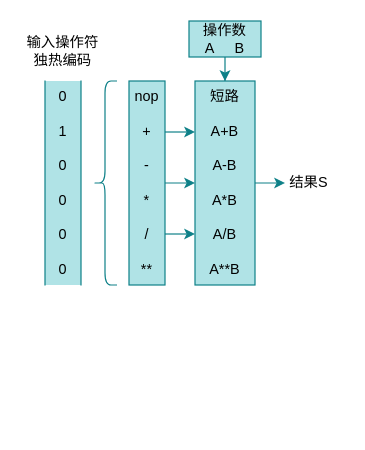
Earlier version of the draw.io diagram page "运算符解码" (7 of 14) of 未命名绘图.drawio (zzc-1024/alu.draw.io). Source tidied: cells renumbered, new cells numbered last; positions are measured from the earlier drawing's top-left corner, leaving out a move shared by most shapes. Both pictures are drawn from the tidied source at 120%, with x=0, y=0 at pixel (20, 20).
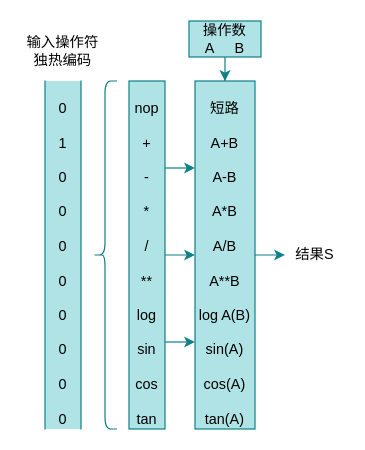
The same diagram, later.

Diff of the diagram source:
```diff
@@
 <mxGraphModel>
   <root>
     <mxCell id="0" />
     <mxCell id="1" parent="0" />
-    <mxCell id="2" style="edgeStyle=orthogonalEdgeStyle;rounded=0;jettySize=auto;html=1;fillColor=#b0e3e6;strokeColor=#0e8088;" parent="1" edge="1" source="10" target="6">
-      <mxGeometry relative="1" as="geometry" />
-    </mxCell>
-    <mxCell id="3" style="edgeStyle=orthogonalEdgeStyle;rounded=0;jettySize=auto;html=1;fillColor=#b0e3e6;strokeColor=#0e8088;" parent="1" edge="1" source="4" target="10">
-      <mxGeometry relative="1" as="geometry" />
-    </mxCell>
+    <mxCell id="5" value="输入操作符独热编码" style="text;html=1;align=center;verticalAlign=middle;whiteSpace=wrap;rounded=0;fillColor=none;" parent="1" vertex="1">
+      <mxGeometry y="10" width="70" height="30" as="geometry" />
+    </mxCell>
+    <mxCell id="14" style="edgeStyle=orthogonalEdgeStyle;rounded=0;jettySize=auto;html=1;fillColor=#b0e3e6;strokeColor=#0e8088;" parent="1" edge="1" source="19" target="6">
+      <mxGeometry relative="1" as="geometry" />
+    </mxCell>
+    <mxCell id="15" style="edgeStyle=orthogonalEdgeStyle;rounded=0;jettySize=auto;html=1;fillColor=#b0e3e6;strokeColor=#0e8088;" parent="1" edge="1" source="4" target="19">
+      <mxGeometry relative="1" as="geometry" />
+    </mxCell>
-    <mxCell id="4" value="操作数&lt;div&gt;A&amp;nbsp; &amp;nbsp; &amp;nbsp;B&lt;/div&gt;" style="text;html=1;align=center;verticalAlign=middle;whiteSpace=wrap;rounded=0;fillColor=#b0e3e6;strokeColor=#0e8088;" parent="1" vertex="1">
+    <mxCell id="4" value="操作数&lt;br&gt;&lt;div&gt;A&amp;nbsp; &amp;nbsp; &amp;nbsp;B&lt;/div&gt;" style="text;html=1;align=center;verticalAlign=middle;whiteSpace=wrap;rounded=0;fillColor=#b0e3e6;strokeColor=#0e8088;" parent="1" vertex="1">
       <mxGeometry x="140" width="60" height="30" as="geometry" />
     </mxCell>
-    <mxCell id="5" value="输入操作符独热编码" style="text;html=1;align=center;verticalAlign=middle;whiteSpace=wrap;rounded=0;fillColor=none;" parent="1" vertex="1">
-      <mxGeometry y="10" width="70" height="30" as="geometry" />
-    </mxCell>
     <mxCell id="6" value="结果S" style="text;html=1;align=center;verticalAlign=middle;whiteSpace=wrap;rounded=0;fillColor=none;" parent="1" vertex="1">
-      <mxGeometry x="220" y="120" width="40" height="30" as="geometry" />
+      <mxGeometry x="220" y="180" width="50" height="30" as="geometry" />
     </mxCell>
-    <mxCell id="7" style="shape=curlyBracket;whiteSpace=wrap;html=1;rounded=1;labelPosition=left;verticalLabelPosition=middle;align=right;verticalAlign=middle;fillColor=#b0e3e6;strokeColor=#0e8088;" parent="1" vertex="1">
-      <mxGeometry x="60" y="50" width="20" height="170" as="geometry" />
-    </mxCell>
-    <mxCell id="8" value="0&lt;div&gt;&lt;br&gt;&lt;div&gt;1&lt;/div&gt;&lt;div&gt;&lt;br&gt;&lt;/div&gt;&lt;div&gt;0&lt;/div&gt;&lt;div&gt;&lt;br&gt;&lt;/div&gt;&lt;div&gt;0&lt;/div&gt;&lt;div&gt;&lt;br&gt;&lt;/div&gt;&lt;div&gt;0&lt;/div&gt;&lt;div&gt;&lt;br&gt;&lt;/div&gt;&lt;div&gt;0&lt;/div&gt;&lt;/div&gt;" style="shape=partialRectangle;whiteSpace=wrap;html=1;bottom=0;top=0;fillColor=#b0e3e6;strokeColor=#0e8088;" parent="1" vertex="1">
-      <mxGeometry x="20" y="50" width="30" height="170" as="geometry" />
-    </mxCell>
-    <mxCell id="9" value="&lt;div&gt;nop&lt;/div&gt;&lt;div&gt;&lt;br&gt;&lt;/div&gt;+&lt;div&gt;&lt;br&gt;&lt;/div&gt;&lt;div&gt;-&lt;/div&gt;&lt;div&gt;&lt;br&gt;&lt;/div&gt;&lt;div&gt;*&lt;/div&gt;&lt;div&gt;&lt;br&gt;&lt;/div&gt;&lt;div&gt;/&lt;/div&gt;&lt;div&gt;&lt;br&gt;&lt;/div&gt;&lt;div&gt;**&lt;/div&gt;" style="text;html=1;align=center;verticalAlign=middle;whiteSpace=wrap;rounded=0;fillColor=#b0e3e6;strokeColor=#0e8088;" parent="1" vertex="1">
-      <mxGeometry x="90" y="50" width="30" height="170" as="geometry" />
-    </mxCell>
-    <mxCell id="10" value="&lt;div&gt;短路&lt;/div&gt;&lt;div&gt;&lt;br&gt;&lt;/div&gt;A+B&lt;div&gt;&lt;br&gt;&lt;/div&gt;&lt;div&gt;A-B&lt;/div&gt;&lt;div&gt;&lt;br&gt;&lt;/div&gt;&lt;div&gt;A*B&lt;/div&gt;&lt;div&gt;&lt;br&gt;&lt;/div&gt;&lt;div&gt;A/B&lt;/div&gt;&lt;div&gt;&lt;br&gt;&lt;/div&gt;&lt;div&gt;A**B&lt;/div&gt;" style="text;html=1;align=center;verticalAlign=middle;whiteSpace=wrap;rounded=0;fillColor=#b0e3e6;strokeColor=#0e8088;" parent="1" vertex="1">
-      <mxGeometry x="145" y="50" width="50" height="170" as="geometry" />
-    </mxCell>
-    <mxCell id="11" style="edgeStyle=orthogonalEdgeStyle;rounded=0;jettySize=auto;html=1;fillColor=#b0e3e6;strokeColor=#0e8088;" parent="1" edge="1" source="9" target="10">
-      <mxGeometry relative="1" as="geometry" />
-    </mxCell>
-    <mxCell id="12" style="edgeStyle=orthogonalEdgeStyle;rounded=0;jettySize=auto;html=1;exitX=1;exitY=0.25;exitDx=0;exitDy=0;entryX=0;entryY=0.25;entryDx=0;entryDy=0;fillColor=#b0e3e6;strokeColor=#0e8088;" parent="1" edge="1" source="9" target="10">
-      <mxGeometry relative="1" as="geometry" />
-    </mxCell>
-    <mxCell id="13" style="edgeStyle=orthogonalEdgeStyle;rounded=0;jettySize=auto;html=1;exitX=1;exitY=0.75;exitDx=0;exitDy=0;entryX=0;entryY=0.75;entryDx=0;entryDy=0;fillColor=#b0e3e6;strokeColor=#0e8088;" parent="1" edge="1" source="9" target="10">
-      <mxGeometry relative="1" as="geometry" />
-    </mxCell>
+    <mxCell id="16" style="shape=curlyBracket;whiteSpace=wrap;html=1;rounded=1;labelPosition=left;verticalLabelPosition=middle;align=right;verticalAlign=middle;fillColor=#b0e3e6;strokeColor=#0e8088;" parent="1" vertex="1">
+      <mxGeometry x="60" y="50" width="20" height="290" as="geometry" />
+    </mxCell>
+    <mxCell id="17" value="&lt;div&gt;&lt;br&gt;&lt;/div&gt;0&lt;div&gt;&lt;br&gt;&lt;div&gt;1&lt;/div&gt;&lt;div&gt;&lt;br&gt;&lt;/div&gt;&lt;div&gt;0&lt;/div&gt;&lt;div&gt;&lt;br&gt;&lt;/div&gt;&lt;div&gt;0&lt;/div&gt;&lt;div&gt;&lt;br&gt;&lt;/div&gt;&lt;div&gt;0&lt;/div&gt;&lt;div&gt;&lt;br&gt;&lt;/div&gt;&lt;div&gt;0&lt;/div&gt;&lt;/div&gt;&lt;div&gt;&lt;br&gt;&lt;/div&gt;&lt;div&gt;0&lt;/div&gt;&lt;div&gt;&lt;br&gt;&lt;/div&gt;&lt;div&gt;0&lt;/div&gt;&lt;div&gt;&lt;br&gt;&lt;/div&gt;&lt;div&gt;0&lt;/div&gt;&lt;div&gt;&lt;br&gt;&lt;/div&gt;&lt;div&gt;0&lt;/div&gt;" style="shape=partialRectangle;whiteSpace=wrap;html=1;bottom=0;top=0;fillColor=#b0e3e6;strokeColor=#0e8088;" parent="1" vertex="1">
+      <mxGeometry x="20" y="50" width="30" height="290" as="geometry" />
+    </mxCell>
+    <mxCell id="18" value="&lt;div&gt;&lt;br&gt;&lt;/div&gt;&lt;div&gt;nop&lt;/div&gt;&lt;div&gt;&lt;br&gt;&lt;/div&gt;+&lt;div&gt;&lt;br&gt;&lt;/div&gt;&lt;div&gt;-&lt;/div&gt;&lt;div&gt;&lt;br&gt;&lt;/div&gt;&lt;div&gt;*&lt;/div&gt;&lt;div&gt;&lt;br&gt;&lt;/div&gt;&lt;div&gt;/&lt;/div&gt;&lt;div&gt;&lt;br&gt;&lt;/div&gt;&lt;div&gt;**&lt;/div&gt;&lt;div&gt;&lt;br&gt;&lt;/div&gt;&lt;div&gt;log&lt;/div&gt;&lt;div&gt;&lt;br&gt;&lt;/div&gt;&lt;div&gt;sin&lt;/div&gt;&lt;div&gt;&lt;br&gt;&lt;/div&gt;&lt;div&gt;cos&lt;/div&gt;&lt;div&gt;&lt;br&gt;&lt;/div&gt;&lt;div&gt;tan&lt;/div&gt;" style="text;html=1;align=center;verticalAlign=middle;whiteSpace=wrap;rounded=0;fillColor=#b0e3e6;strokeColor=#0e8088;" parent="1" vertex="1">
+      <mxGeometry x="90" y="50" width="30" height="290" as="geometry" />
+    </mxCell>
+    <mxCell id="19" value="&lt;div&gt;&lt;br&gt;&lt;/div&gt;&lt;div&gt;短路&lt;/div&gt;&lt;div&gt;&lt;br&gt;&lt;/div&gt;A+B&lt;div&gt;&lt;br&gt;&lt;/div&gt;&lt;div&gt;A-B&lt;/div&gt;&lt;div&gt;&lt;br&gt;&lt;/div&gt;&lt;div&gt;A*B&lt;/div&gt;&lt;div&gt;&lt;br&gt;&lt;/div&gt;&lt;div&gt;A/B&lt;/div&gt;&lt;div&gt;&lt;br&gt;&lt;/div&gt;&lt;div&gt;A**B&lt;/div&gt;&lt;div&gt;&lt;br&gt;&lt;/div&gt;&lt;div&gt;log A(B)&lt;/div&gt;&lt;div&gt;&lt;br&gt;&lt;/div&gt;&lt;div&gt;sin(A)&lt;/div&gt;&lt;div&gt;&lt;br&gt;&lt;/div&gt;&lt;div&gt;cos(A)&lt;/div&gt;&lt;div&gt;&lt;br&gt;&lt;/div&gt;&lt;div&gt;tan(A)&lt;/div&gt;" style="text;html=1;align=center;verticalAlign=middle;whiteSpace=wrap;rounded=0;fillColor=#b0e3e6;strokeColor=#0e8088;" parent="1" vertex="1">
+      <mxGeometry x="145" y="50" width="50" height="290" as="geometry" />
+    </mxCell>
+    <mxCell id="20" style="edgeStyle=orthogonalEdgeStyle;rounded=0;jettySize=auto;html=1;fillColor=#b0e3e6;strokeColor=#0e8088;" parent="1" edge="1" source="18" target="19">
+      <mxGeometry relative="1" as="geometry" />
+    </mxCell>
+    <mxCell id="21" style="edgeStyle=orthogonalEdgeStyle;rounded=0;jettySize=auto;html=1;exitX=1;exitY=0.25;exitDx=0;exitDy=0;entryX=0;entryY=0.25;entryDx=0;entryDy=0;fillColor=#b0e3e6;strokeColor=#0e8088;" parent="1" edge="1" source="18" target="19">
+      <mxGeometry relative="1" as="geometry" />
+    </mxCell>
+    <mxCell id="22" style="edgeStyle=orthogonalEdgeStyle;rounded=0;jettySize=auto;html=1;exitX=1;exitY=0.75;exitDx=0;exitDy=0;entryX=0;entryY=0.75;entryDx=0;entryDy=0;fillColor=#b0e3e6;strokeColor=#0e8088;" parent="1" edge="1" source="18" target="19">
+      <mxGeometry relative="1" as="geometry" />
+    </mxCell>
   </root>
 </mxGraphModel>
```
